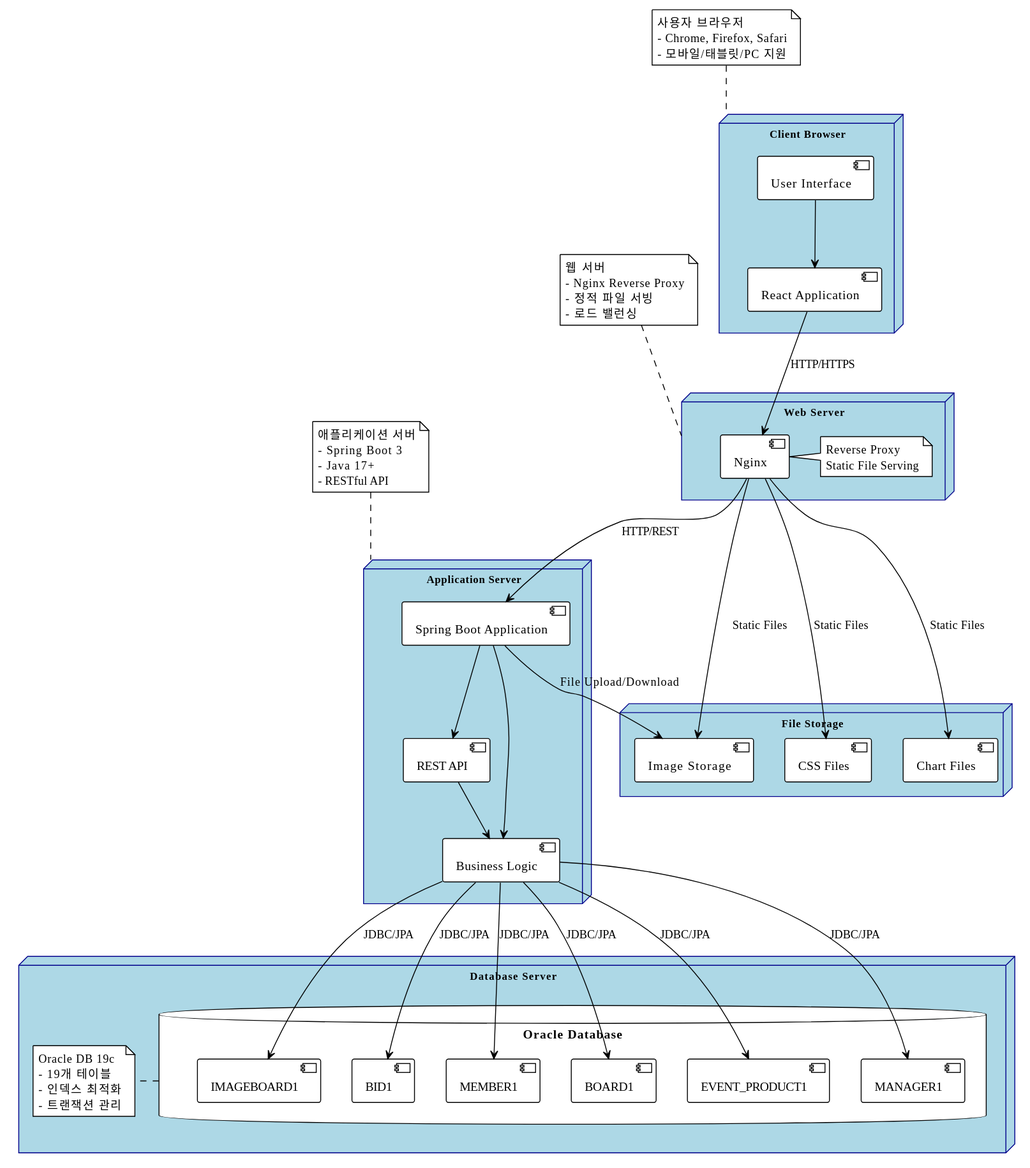
The PlantUML diagram Document/PPT/goldauction/배포_다이어그램_시스템_배포_구조.svg in snlee1004/goldauction, before a commit.
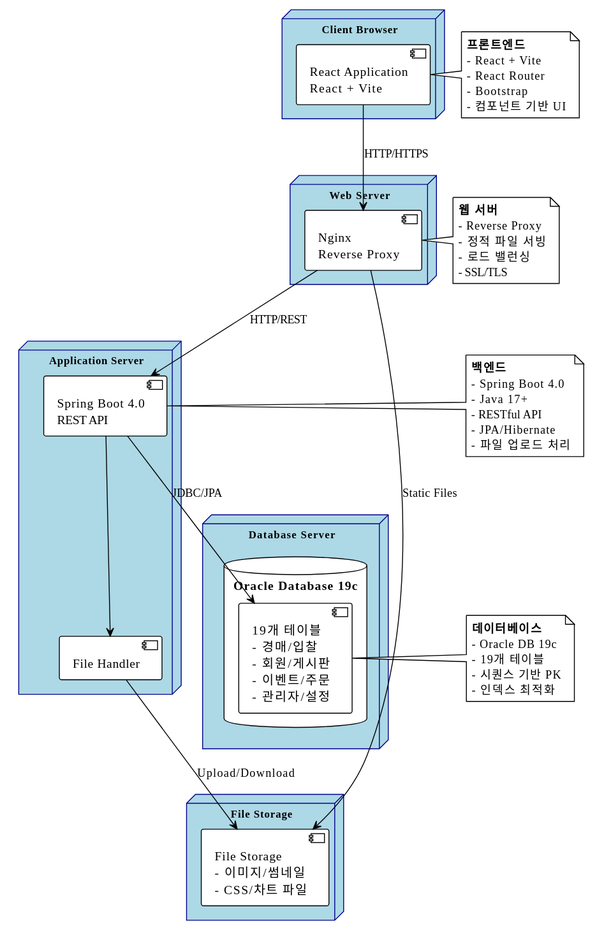
Above is the later version.

The edit, as a diff of the source:
```diff
@@ -8,85 +8,65 @@
 }
 
 node "Client Browser" {
-    [React Application] as ReactApp
-    [User Interface] as UI
+    [React Application\nReact + Vite] as ReactApp
 }
 
 node "Web Server" {
-    [Nginx] as Nginx
-    note right of Nginx
-      Reverse Proxy
-      Static File Serving
-    end note
+    [Nginx\nReverse Proxy] as Nginx
 }
 
 node "Application Server" {
-    [Spring Boot Application] as SpringApp
-    [REST API] as RESTAPI
-    [Business Logic] as BusinessLogic
+    [Spring Boot 4.0\nREST API] as SpringApp
+    [File Handler] as FileHandler
 }
 
 node "Database Server" {
-    database "Oracle Database" {
-        [IMAGEBOARD1] as ImageboardDB
-        [BID1] as BidDB
-        [MEMBER1] as MemberDB
-        [BOARD1] as BoardDB
-        [EVENT_PRODUCT1] as EventProductDB
-        [MANAGER1] as ManagerDB
+    database "Oracle Database 19c" {
+        [19개 테이블\n- 경매/입찰\n- 회원/게시판\n- 이벤트/주문\n- 관리자/설정] as OracleDB
     }
-    note right of "Oracle Database"
-      Oracle DB 19c
-      - 19개 테이블
-      - 인덱스 최적화
-      - 트랜잭션 관리
-    end note
 }
 
 node "File Storage" {
-    [Image Storage] as ImageStorage
-    [CSS Files] as CSSFiles
-    [Chart Files] as ChartFiles
+    [File Storage\n- 이미지/썸네일\n- CSS/차트 파일] as FileStorage
 }
 
 ReactApp --> Nginx : HTTP/HTTPS
-UI --> ReactApp
+Nginx --> SpringApp : HTTP/REST
+Nginx --> FileStorage : Static Files
+SpringApp --> OracleDB : JDBC/JPA
+SpringApp --> FileHandler
+FileHandler --> FileStorage : Upload/Download
 
-Nginx --> SpringApp : HTTP/REST
-Nginx --> ImageStorage : Static Files
-Nginx --> CSSFiles : Static Files
-Nginx --> ChartFiles : Static Files
-
-SpringApp --> RESTAPI
-SpringApp --> BusinessLogic
-RESTAPI --> BusinessLogic
-
-BusinessLogic --> ImageboardDB : JDBC/JPA
-BusinessLogic --> BidDB : JDBC/JPA
-BusinessLogic --> MemberDB : JDBC/JPA
-BusinessLogic --> BoardDB : JDBC/JPA
-BusinessLogic --> EventProductDB : JDBC/JPA
-BusinessLogic --> ManagerDB : JDBC/JPA
-
-SpringApp --> ImageStorage : File Upload/Download
-
-note top of "Client Browser"
-  사용자 브라우저
-  - Chrome, Firefox, Safari
-  - 모바일/태블릿/PC 지원
+note right of ReactApp
+  **프론트엔드**
+  - React + Vite
+  - React Router
+  - Bootstrap
+  - 컴포넌트 기반 UI
 end note
 
-note top of "Web Server"
-  웹 서버
-  - Nginx Reverse Proxy
+note right of Nginx
+  **웹 서버**
+  - Reverse Proxy
   - 정적 파일 서빙
   - 로드 밸런싱
+  - SSL/TLS
 end note
 
-note top of "Application Server"
-  애플리케이션 서버
-  - Spring Boot 3
+note right of SpringApp
+  **백엔드**
+  - Spring Boot 4.0
   - Java 17+
   - RESTful API
+  - JPA/Hibernate
+  - 파일 업로드 처리
+end note
+
+note right of OracleDB
+  **데이터베이스**
+  - Oracle DB 19c
+  - 19개 테이블
+  - 시퀀스 기반 PK
+  - 인덱스 최적화
 end note
 @enduml
```
